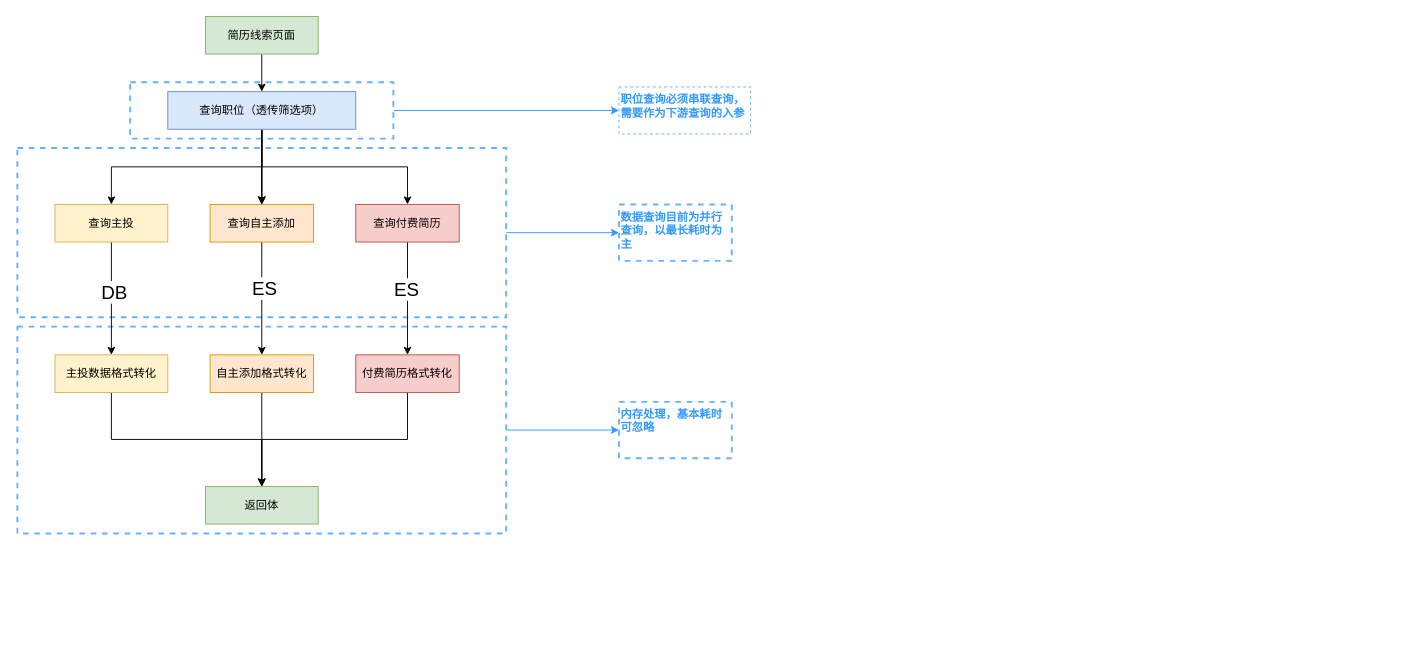
LuOyEbY/draw-b keeps this draw.io diagram as 简历线索索引合并.drawio. Above is the earlier version. Source tidied: cells renumbered, new cells numbered last; positions are measured from the earlier drawing's top-left corner, leaving out a move shared by most shapes. Both pictures are drawn from the tidied source at 94%, with x=0, y=0 at pixel (17, 16).
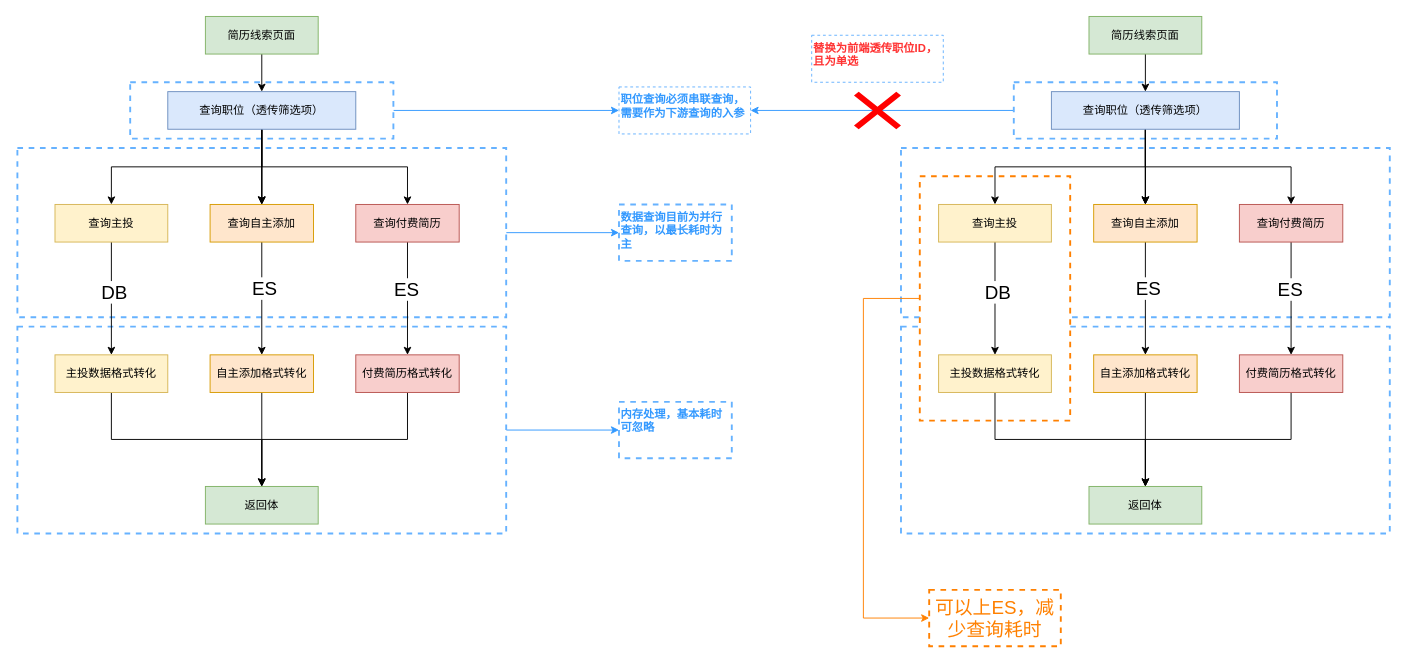
After the change.

Commit message (it also covers changes not shown here):
更新简历线索索引合并.drawio

The change refers to these unchanged cells:
```xml
<mxCell id="32" value="职位查询必须串联查询，需要作为下游查询的入参" style="whiteSpace=wrap;html=1;strokeColor=#66B2FF;rounded=0;dashed=1;strokeWidth=1;align=left;verticalAlign=top;fontColor=#3399FF;fontStyle=1;" parent="1" vertex="1">
  <mxGeometry x="640" y="75" width="140" height="50" as="geometry" />
</mxCell>
```

Change to the diagram source:
```diff
@@
+    <mxCell id="35" style="rounded=0;whiteSpace=wrap;html=1;dashed=1;strokeColor=#66B2FF;strokeWidth=2;" parent="1" vertex="1">
+      <mxGeometry x="940" y="330" width="520" height="220" as="geometry" />
+    </mxCell>
+    <mxCell id="36" style="rounded=0;whiteSpace=wrap;html=1;dashed=1;strokeColor=#66B2FF;strokeWidth=2;" parent="1" vertex="1">
+      <mxGeometry x="940" y="140" width="520" height="180" as="geometry" />
+    </mxCell>
+    <mxCell id="37" style="edgeStyle=orthogonalEdgeStyle;rounded=0;jettySize=auto;html=1;strokeColor=#FF8000;" parent="1" edge="1" source="38" target="67">
+      <mxGeometry relative="1" as="geometry">
+        <Array as="points">
+          <mxPoint x="900" y="300" />
+          <mxPoint x="900" y="640" />
+        </Array>
+      </mxGeometry>
+    </mxCell>
+    <mxCell id="38" style="rounded=0;whiteSpace=wrap;html=1;dashed=1;strokeColor=#FF8000;strokeWidth=2;" parent="1" vertex="1">
+      <mxGeometry x="960" y="170" width="160" height="260" as="geometry" />
+    </mxCell>
@@
+    <mxCell id="39" style="edgeStyle=orthogonalEdgeStyle;rounded=0;jettySize=auto;html=1;entryX=1;entryY=0.5;entryDx=0;entryDy=0;strokeColor=#3399FF;" parent="1" edge="1" source="40" target="32">
+      <mxGeometry relative="1" as="geometry" />
+    </mxCell>
+    <mxCell id="40" style="rounded=0;whiteSpace=wrap;html=1;dashed=1;strokeColor=#66B2FF;strokeWidth=2;" parent="1" vertex="1">
+      <mxGeometry x="1060" y="70" width="280" height="60" as="geometry" />
+    </mxCell>
+    <mxCell id="41" style="edgeStyle=orthogonalEdgeStyle;rounded=0;jettySize=auto;html=1;" parent="1" edge="1" source="42" target="48">
+      <mxGeometry relative="1" as="geometry" />
+    </mxCell>
+    <mxCell id="42" value="简历线索页面" style="rounded=0;whiteSpace=wrap;html=1;fillColor=#d5e8d4;strokeColor=#82b366;" parent="1" vertex="1">
+      <mxGeometry x="1140" width="120" height="40" as="geometry" />
+    </mxCell>
+    <mxCell id="43" style="edgeStyle=orthogonalEdgeStyle;rounded=0;jettySize=auto;html=1;" parent="1" edge="1" source="48" target="51">
+      <mxGeometry relative="1" as="geometry" />
+    </mxCell>
+    <mxCell id="44" style="edgeStyle=orthogonalEdgeStyle;rounded=0;jettySize=auto;html=1;" parent="1" edge="1" source="48" target="54">
+      <mxGeometry relative="1" as="geometry" />
+    </mxCell>
+    <mxCell id="45" style="edgeStyle=orthogonalEdgeStyle;rounded=0;jettySize=auto;html=1;" parent="1" edge="1" source="48" target="54">
+      <mxGeometry relative="1" as="geometry" />
+    </mxCell>
+    <mxCell id="46" style="edgeStyle=orthogonalEdgeStyle;rounded=0;jettySize=auto;html=1;" parent="1" edge="1" source="48" target="54">
+      <mxGeometry relative="1" as="geometry" />
+    </mxCell>
+    <mxCell id="47" style="edgeStyle=orthogonalEdgeStyle;rounded=0;jettySize=auto;html=1;" parent="1" edge="1" source="48" target="57">
+      <mxGeometry relative="1" as="geometry" />
+    </mxCell>
+    <mxCell id="48" value="查询职位（透传筛选项）" style="rounded=0;whiteSpace=wrap;html=1;fillColor=#dae8fc;strokeColor=#6c8ebf;" parent="1" vertex="1">
+      <mxGeometry x="1100" y="80" width="200" height="40" as="geometry" />
+    </mxCell>
+    <mxCell id="49" style="edgeStyle=orthogonalEdgeStyle;rounded=0;jettySize=auto;html=1;" parent="1" edge="1" source="51" target="59">
+      <mxGeometry relative="1" as="geometry" />
+    </mxCell>
+    <mxCell id="50" value="DB" style="edgeLabel;html=1;align=center;verticalAlign=middle;fontSize=20;" parent="49" vertex="1">
+      <mxGeometry x="-0.13" y="2" relative="1" as="geometry" />
+    </mxCell>
+    <mxCell id="51" value="查询主投" style="rounded=0;whiteSpace=wrap;html=1;fillColor=#fff2cc;strokeColor=#d6b656;" parent="1" vertex="1">
+      <mxGeometry x="980" y="200" width="120" height="40" as="geometry" />
+    </mxCell>
+    <mxCell id="52" style="edgeStyle=orthogonalEdgeStyle;rounded=0;jettySize=auto;html=1;" parent="1" edge="1" source="54" target="61">
+      <mxGeometry relative="1" as="geometry" />
+    </mxCell>
+    <mxCell id="53" value="ES" style="edgeLabel;html=1;align=center;verticalAlign=middle;fontSize=20;" parent="52" vertex="1">
+      <mxGeometry x="-0.2" y="2" relative="1" as="geometry" />
+    </mxCell>
+    <mxCell id="54" value="查询自主添加" style="rounded=0;whiteSpace=wrap;html=1;fillColor=#ffe6cc;strokeColor=#d79b00;" parent="1" vertex="1">
+      <mxGeometry x="1145" y="200" width="110" height="40" as="geometry" />
+    </mxCell>
+    <mxCell id="55" style="edgeStyle=orthogonalEdgeStyle;rounded=0;jettySize=auto;html=1;" parent="1" edge="1" source="57" target="63">
+      <mxGeometry relative="1" as="geometry" />
+    </mxCell>
+    <mxCell id="56" value="ES" style="edgeLabel;html=1;align=center;verticalAlign=middle;fontSize=20;" parent="55" vertex="1">
+      <mxGeometry x="-0.18" y="-2" relative="1" as="geometry" />
+    </mxCell>
+    <mxCell id="57" value="查询付费简历" style="rounded=0;whiteSpace=wrap;html=1;fillColor=#f8cecc;strokeColor=#b85450;" parent="1" vertex="1">
+      <mxGeometry x="1300" y="200" width="110" height="40" as="geometry" />
+    </mxCell>
+    <mxCell id="58" style="edgeStyle=orthogonalEdgeStyle;rounded=0;jettySize=auto;html=1;entryX=0.5;entryY=0;entryDx=0;entryDy=0;" parent="1" edge="1" source="59" target="64">
+      <mxGeometry relative="1" as="geometry">
+        <Array as="points">
+          <mxPoint x="1040" y="450" />
+          <mxPoint x="1200" y="450" />
+        </Array>
+      </mxGeometry>
+    </mxCell>
+    <mxCell id="59" value="主投数据格式转化" style="rounded=0;whiteSpace=wrap;html=1;fillColor=#fff2cc;strokeColor=#d6b656;" parent="1" vertex="1">
+      <mxGeometry x="980" y="360" width="120" height="40" as="geometry" />
+    </mxCell>
+    <mxCell id="60" style="edgeStyle=orthogonalEdgeStyle;rounded=0;jettySize=auto;html=1;entryX=0.5;entryY=0;entryDx=0;entryDy=0;" parent="1" edge="1" source="61" target="64">
+      <mxGeometry relative="1" as="geometry" />
+    </mxCell>
+    <mxCell id="61" value="自主添加格式转化" style="rounded=0;whiteSpace=wrap;html=1;fillColor=#ffe6cc;strokeColor=#d79b00;" parent="1" vertex="1">
+      <mxGeometry x="1145" y="360" width="110" height="40" as="geometry" />
+    </mxCell>
+    <mxCell id="62" style="edgeStyle=orthogonalEdgeStyle;rounded=0;jettySize=auto;html=1;entryX=0.5;entryY=0;entryDx=0;entryDy=0;" parent="1" edge="1" source="63" target="64">
+      <mxGeometry relative="1" as="geometry">
+        <Array as="points">
+          <mxPoint x="1355" y="450" />
+          <mxPoint x="1200" y="450" />
+        </Array>
+      </mxGeometry>
+    </mxCell>
+    <mxCell id="63" value="付费简历格式转化" style="rounded=0;whiteSpace=wrap;html=1;fillColor=#f8cecc;strokeColor=#b85450;" parent="1" vertex="1">
+      <mxGeometry x="1300" y="360" width="110" height="40" as="geometry" />
+    </mxCell>
+    <mxCell id="64" value="返回体" style="rounded=0;whiteSpace=wrap;html=1;fillColor=#d5e8d4;strokeColor=#82b366;" parent="1" vertex="1">
+      <mxGeometry x="1140" y="500" width="120" height="40" as="geometry" />
+    </mxCell>
+    <mxCell id="65" style="shape=mxgraph.mockup.markup.redX;fillColor=#ff0000;html=1;shadow=0;whiteSpace=wrap;strokeColor=none;" parent="1" vertex="1">
+      <mxGeometry x="890" y="80" width="50" height="40" as="geometry" />
+    </mxCell>
+    <mxCell id="66" value="替换为前端透传职位ID，且为单选" style="whiteSpace=wrap;html=1;strokeColor=#66B2FF;rounded=0;dashed=1;strokeWidth=1;align=left;verticalAlign=top;fontColor=#FF3333;fontStyle=1;" parent="1" vertex="1">
+      <mxGeometry x="845" y="20" width="140" height="50" as="geometry" />
+    </mxCell>
+    <mxCell id="67" value="可以上ES，减少查询耗时" style="whiteSpace=wrap;html=1;strokeColor=#FF8000;rounded=0;dashed=1;strokeWidth=2;fontColor=#FF8000;fontSize=20;" parent="1" vertex="1">
+      <mxGeometry x="970" y="610" width="140" height="60" as="geometry" />
+    </mxCell>
```
